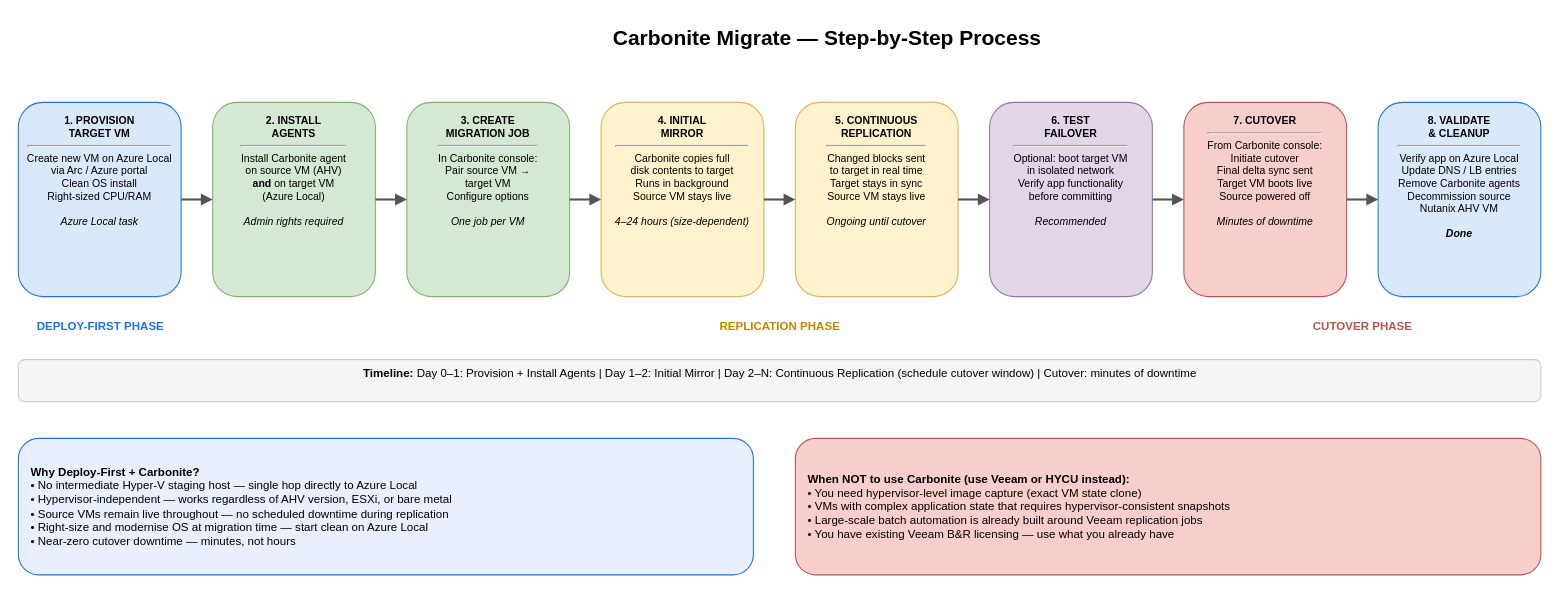
AzureLocal/azurelocal-nutanix-migration keeps this draw.io diagram as page "2 - Migration Steps" (2 of 2) of docs/assets/diagrams/migration-diagrams-deploy-first.drawio. Above is the earlier version. Source tidied: cells renumbered, new cells numbered last; positions are measured from the earlier drawing's top-left corner, leaving out a move shared by most shapes. Both pictures are drawn from the tidied source at 105%, with x=0, y=0 at pixel (18, 18).
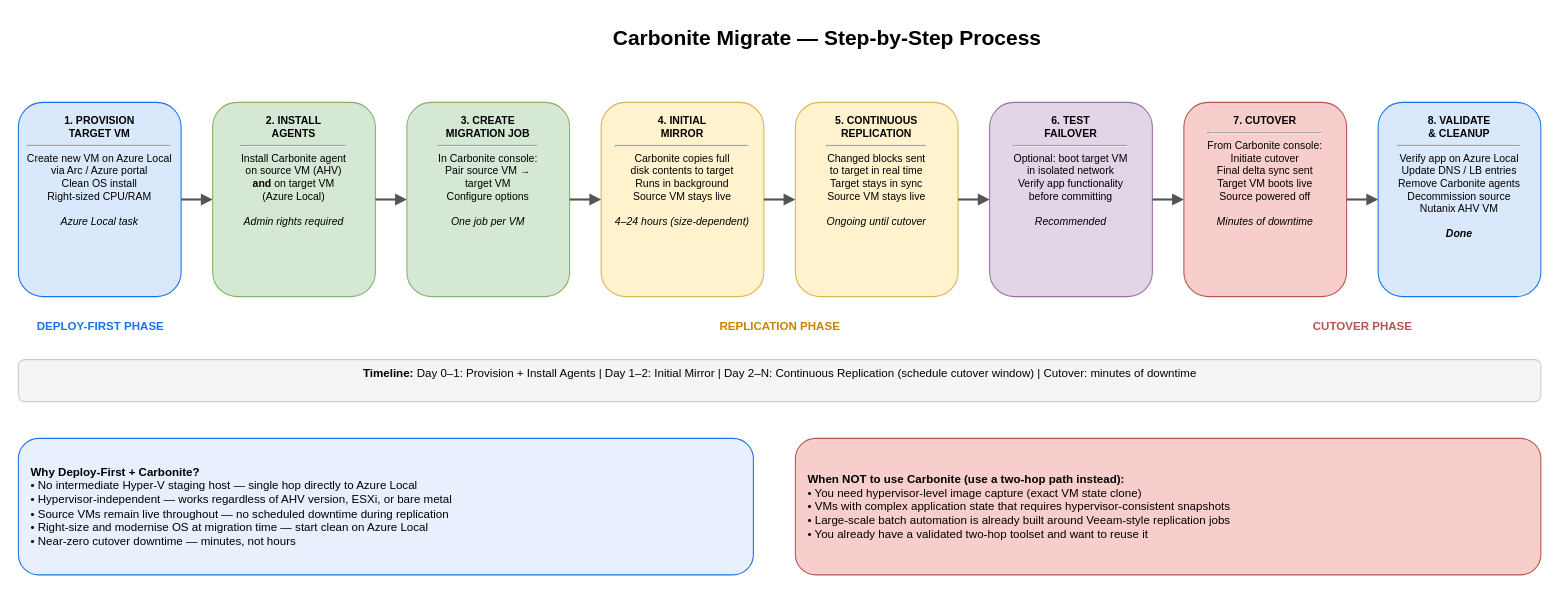
Above is the later version.

The edit, as a diff of the source:
```diff
@@
-    <mxCell id="24" value="&lt;b&gt;When NOT to use Carbonite (use Veeam or HYCU instead):&lt;/b&gt;&lt;br&gt;• You need hypervisor-level image capture (exact VM state clone)&lt;br&gt;• VMs with complex application state that requires hypervisor-consistent snapshots&lt;br&gt;• Large-scale batch automation is already built around Veeam replication jobs&lt;br&gt;• You have existing Veeam B&amp;R licensing — use what you already have" style="rounded=1;whiteSpace=wrap;html=1;fillColor=#f8cecc;strokeColor=#b85450;fontSize=11;align=left;spacingLeft=10;" parent="1" vertex="1">
+    <mxCell id="24" value="&lt;b&gt;When NOT to use Carbonite (use a two-hop path instead):&lt;/b&gt;&lt;br&gt;• You need hypervisor-level image capture (exact VM state clone)&lt;br&gt;• VMs with complex application state that requires hypervisor-consistent snapshots&lt;br&gt;• Large-scale batch automation is already built around Veeam-style replication jobs&lt;br&gt;• You already have a validated two-hop toolset and want to reuse it" style="rounded=1;whiteSpace=wrap;html=1;fillColor=#f8cecc;strokeColor=#b85450;fontSize=11;align=left;spacingLeft=10;" parent="1" vertex="1">
       <mxGeometry x="740" y="400" width="710" height="130" as="geometry" />
     </mxCell>
```
